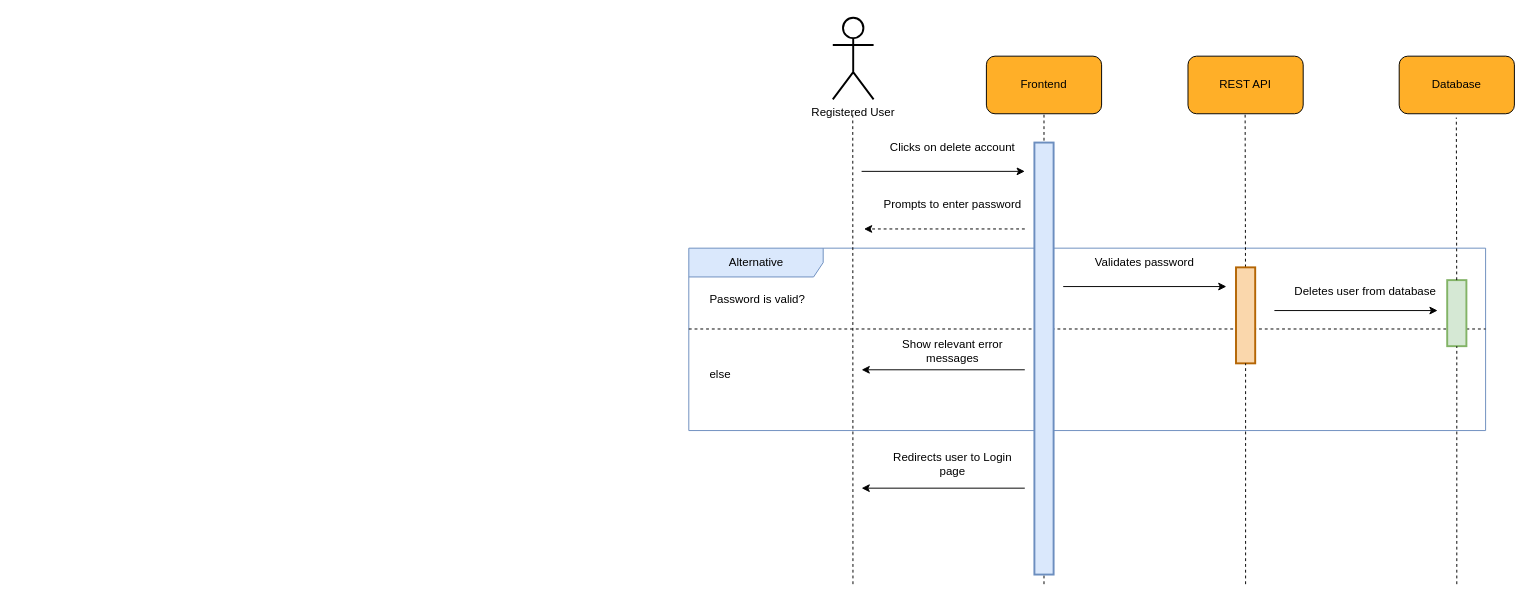
usman1100/fyp-documentation keeps this draw.io diagram as diagrams/collaboration/cd-07.drawio. Above is the earlier version. Source tidied: cells renumbered, new cells numbered last; positions are measured from the earlier drawing's top-left corner, leaving out a move shared by most shapes. Both pictures are drawn from the tidied source at 96%, with x=0, y=0 at pixel (688, 17).
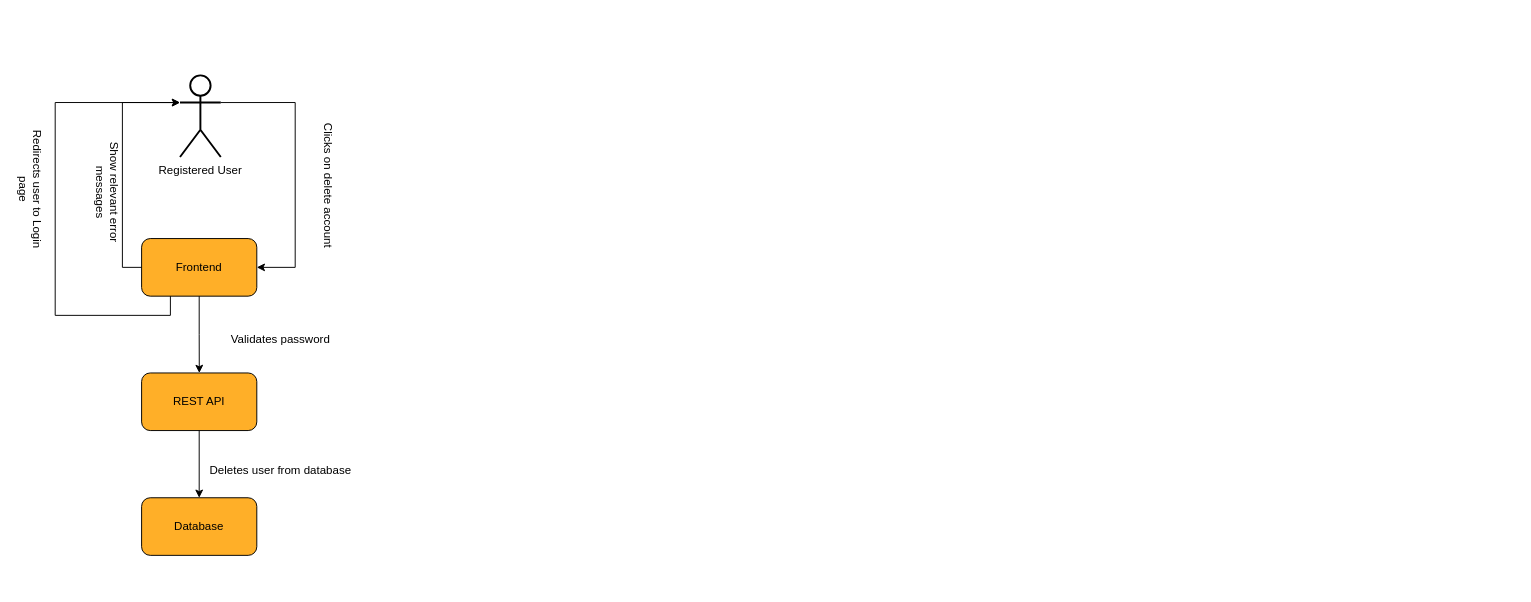
Above is the later version.

The change refers to these unchanged cells:
```xml
<mxCell id="11" style="rounded=1;whiteSpace=wrap;html=1;fillColor=#FFAF28;fontSize=12;" parent="10" vertex="1">
  <mxGeometry width="120" height="60" as="geometry" />
</mxCell>
<mxCell id="14" style="rounded=1;whiteSpace=wrap;html=1;fillColor=#FFAF28;fontSize=12;" parent="13" vertex="1">
  <mxGeometry width="120" height="60" as="geometry" />
</mxCell>
<mxCell id="28" style="rounded=1;whiteSpace=wrap;html=1;fillColor=#FFAF28;fontSize=12;" parent="27" vertex="1">
  <mxGeometry width="120" height="60" as="geometry" />
</mxCell>
```

Diff of the diagram source:
```diff
@@
-    <mxCell id="2" value="Alternative" style="shape=umlFrame;tabWidth=110;tabHeight=30;tabPosition=left;html=1;boundedLbl=1;labelInHeader=1;width=140;height=30;fillColor=#dae8fc;fontSize=12;strokeWidth=1;strokeColor=#6c8ebf;" parent="1" vertex="1">
-      <mxGeometry y="240" width="830" height="190" as="geometry" />
-    </mxCell>
-    <mxCell id="3" value="Password is valid?" style="text;fillColor=none;fontSize=12;" parent="2" vertex="1">
-      <mxGeometry width="100" height="20" relative="1" as="geometry">
-        <mxPoint x="20" y="40" as="offset" />
-      </mxGeometry>
-    </mxCell>
-    <mxCell id="4" value="else" style="line;strokeWidth=1;dashed=1;labelPosition=center;verticalLabelPosition=bottom;align=left;verticalAlign=top;spacingLeft=20;spacingTop=15;fillColor=none;fontSize=12;" parent="2" vertex="1">
-      <mxGeometry y="65.8" width="830" height="36.8" as="geometry" />
-    </mxCell>
-    <mxCell id="5" style="endArrow=classic;html=1;rounded=0;strokeWidth=1;jumpSize=6;fontSize=12;" parent="2" edge="1">
-      <mxGeometry relative="1" as="geometry">
-        <mxPoint x="610" y="65" as="sourcePoint" />
-        <mxPoint x="780" y="65" as="targetPoint" />
-      </mxGeometry>
-    </mxCell>
-    <mxCell id="6" value="&lt;span style=&quot;background-color: rgb(255 , 255 , 255) ; font-size: 12px&quot;&gt;Deletes user from database&lt;/span&gt;" style="text;html=1;strokeColor=none;fillColor=none;align=center;verticalAlign=middle;whiteSpace=wrap;rounded=0;fontSize=12;" parent="2" vertex="1">
-      <mxGeometry x="630" y="33.3" width="150" height="23.8" as="geometry" />
-    </mxCell>
-    <mxCell id="7" value="&lt;span style=&quot;background-color: rgb(255, 255, 255); font-size: 12px;&quot;&gt;Show relevant error messages&lt;/span&gt;" style="text;html=1;strokeColor=none;fillColor=none;align=center;verticalAlign=middle;whiteSpace=wrap;rounded=0;fontSize=12;" parent="2" vertex="1">
-      <mxGeometry x="200" y="95" width="150" height="23.8" as="geometry" />
-    </mxCell>
-    <mxCell id="8" style="endArrow=classic;html=1;rounded=0;strokeWidth=1;jumpSize=6;fontSize=12;" parent="2" edge="1">
-      <mxGeometry relative="1" as="geometry">
-        <mxPoint x="350" y="126.7" as="sourcePoint" />
-        <mxPoint x="180" y="126.7" as="targetPoint" />
-      </mxGeometry>
-    </mxCell>
-    <mxCell id="9" style="rounded=0;whiteSpace=wrap;html=1;fontSize=12;strokeWidth=2;fillColor=#d5e8d4;strokeColor=#82b366;" parent="2" vertex="1">
-      <mxGeometry x="790" y="33.3" width="20" height="68.8" as="geometry" />
-    </mxCell>
     <mxCell id="10" style="group;fontSize=12;" parent="1" vertex="1">
-      <mxGeometry x="310" y="40" width="120" height="60" as="geometry" />
+      <mxGeometry x="-570" y="230" width="120" height="60" as="geometry" />
     </mxCell>
@@
     <mxCell id="13" style="group;fontSize=12;" parent="1" vertex="1">
-      <mxGeometry x="520" y="40" width="120" height="60" as="geometry" />
+      <mxGeometry x="-570" y="370" width="120" height="60" as="geometry" />
     </mxCell>
@@
-    <mxCell id="16" style="endArrow=none;dashed=1;html=1;rounded=0;entryX=0.5;entryY=1;entryDx=0;entryDy=0;jumpSize=6;strokeWidth=1;fontSize=12;" parent="1" edge="1" target="11">
-      <mxGeometry relative="1" as="geometry">
-        <mxPoint x="370" y="590" as="sourcePoint" />
-      </mxGeometry>
-    </mxCell>
-    <mxCell id="17" style="endArrow=none;dashed=1;html=1;rounded=0;entryX=0.5;entryY=1;entryDx=0;entryDy=0;jumpSize=6;strokeWidth=1;startArrow=none;fontSize=12;" parent="1" edge="1" source="25">
-      <mxGeometry relative="1" as="geometry">
-        <mxPoint x="579.5" y="100" as="targetPoint" />
-      </mxGeometry>
-    </mxCell>
+    <mxCell id="36" style="edgeStyle=orthogonalEdgeStyle;rounded=0;jettySize=auto;html=1;exitX=1;exitY=0.3333333333333333;exitDx=0;exitDy=0;exitPerimeter=0;entryX=1;entryY=0.5;entryDx=0;entryDy=0;" parent="1" edge="1" source="18" target="11">
+      <mxGeometry relative="1" as="geometry">
+        <Array as="points">
+          <mxPoint x="-410" y="88" />
+          <mxPoint x="-410" y="260" />
+        </Array>
+      </mxGeometry>
+    </mxCell>
     <mxCell id="18" value="Registered User" style="shape=umlActor;verticalLabelPosition=bottom;verticalAlign=top;html=1;outlineConnect=0;rounded=1;strokeWidth=2;fontSize=12;" parent="1" vertex="1">
-      <mxGeometry x="150" width="42.5" height="85" as="geometry" />
+      <mxGeometry x="-530" y="60" width="42.5" height="85" as="geometry" />
     </mxCell>
-    <mxCell id="19" style="endArrow=none;dashed=1;html=1;rounded=0;entryX=0.5;entryY=1;entryDx=0;entryDy=0;jumpSize=6;strokeWidth=1;fontSize=12;" parent="1" edge="1">
-      <mxGeometry relative="1" as="geometry">
-        <mxPoint x="171" y="590" as="sourcePoint" />
-        <mxPoint x="170.8" y="100" as="targetPoint" />
-      </mxGeometry>
-    </mxCell>
-    <mxCell id="20" style="endArrow=classic;html=1;rounded=0;strokeWidth=1;jumpSize=6;fontSize=12;" parent="1" edge="1">
-      <mxGeometry relative="1" as="geometry">
-        <mxPoint x="180" y="160" as="sourcePoint" />
-        <mxPoint x="350" y="160" as="targetPoint" />
-      </mxGeometry>
-    </mxCell>
-    <mxCell id="21" value="&lt;span style=&quot;background-color: rgb(255 , 255 , 255) ; font-size: 12px&quot;&gt;Clicks on delete account&lt;/span&gt;" style="text;html=1;strokeColor=none;fillColor=none;align=center;verticalAlign=middle;whiteSpace=wrap;rounded=0;fontSize=12;" parent="1" vertex="1">
-      <mxGeometry x="200" y="120" width="150" height="30" as="geometry" />
+    <mxCell id="21" value="&lt;span style=&quot;background-color: rgb(255 , 255 , 255) ; font-size: 12px&quot;&gt;Clicks on delete account&lt;/span&gt;" style="text;html=1;strokeColor=none;fillColor=none;align=center;verticalAlign=middle;whiteSpace=wrap;rounded=0;fontSize=12;rotation=90;" parent="1" vertex="1">
+      <mxGeometry x="-450" y="160" width="150" height="30" as="geometry" />
     </mxCell>
-    <mxCell id="22" style="endArrow=classic;html=1;rounded=0;strokeWidth=1;jumpSize=6;dashed=1;fontSize=12;" parent="1" edge="1">
-      <mxGeometry relative="1" as="geometry">
-        <mxPoint x="350" y="220" as="sourcePoint" />
-        <mxPoint x="182.5" y="220" as="targetPoint" />
-      </mxGeometry>
-    </mxCell>
-    <mxCell id="23" value="&lt;span style=&quot;background-color: rgb(255 , 255 , 255) ; font-size: 12px&quot;&gt;Prompts to enter password&lt;/span&gt;" style="text;html=1;strokeColor=none;fillColor=none;align=center;verticalAlign=middle;whiteSpace=wrap;rounded=0;fontSize=12;" parent="1" vertex="1">
-      <mxGeometry x="200" y="180" width="150" height="30" as="geometry" />
-    </mxCell>
-    <mxCell id="24" style="rounded=0;whiteSpace=wrap;html=1;fontSize=12;strokeWidth=2;fillColor=#dae8fc;strokeColor=#6c8ebf;" parent="1" vertex="1">
-      <mxGeometry x="360" y="130" width="20" height="450" as="geometry" />
-    </mxCell>
-    <mxCell id="25" style="rounded=0;whiteSpace=wrap;html=1;fontSize=12;strokeWidth=2;fillColor=#fad7ac;strokeColor=#b46504;" parent="1" vertex="1">
-      <mxGeometry x="570" y="260" width="20" height="100" as="geometry" />
-    </mxCell>
-    <mxCell id="26" style="endArrow=none;dashed=1;html=1;rounded=0;entryX=0.5;entryY=1;entryDx=0;entryDy=0;jumpSize=6;strokeWidth=1;fontSize=12;" parent="1" edge="1" target="25">
-      <mxGeometry relative="1" as="geometry">
-        <mxPoint x="580" y="590" as="sourcePoint" />
-      </mxGeometry>
-    </mxCell>
     <mxCell id="27" style="group;fontSize=12;" parent="1" vertex="1">
-      <mxGeometry x="740" y="40" width="120" height="60" as="geometry" />
+      <mxGeometry x="-570" y="500" width="120" height="60" as="geometry" />
     </mxCell>
@@
-    <mxCell id="30" style="endArrow=none;dashed=1;html=1;rounded=0;entryX=0.5;entryY=1;entryDx=0;entryDy=0;jumpSize=6;strokeWidth=1;fontSize=12;startArrow=none;" parent="1" edge="1" source="9">
-      <mxGeometry relative="1" as="geometry">
-        <mxPoint x="799.5" y="104" as="targetPoint" />
-      </mxGeometry>
-    </mxCell>
-    <mxCell id="31" style="endArrow=classic;html=1;rounded=0;strokeWidth=1;jumpSize=6;fontSize=12;" parent="1" edge="1">
-      <mxGeometry relative="1" as="geometry">
-        <mxPoint x="390" y="280" as="sourcePoint" />
-        <mxPoint x="560" y="280" as="targetPoint" />
-      </mxGeometry>
-    </mxCell>
     <mxCell id="32" value="&lt;span style=&quot;background-color: rgb(255 , 255 , 255)&quot;&gt;Validates password&lt;/span&gt;" style="text;html=1;strokeColor=none;fillColor=none;align=center;verticalAlign=middle;whiteSpace=wrap;rounded=0;fontSize=12;" parent="1" vertex="1">
-      <mxGeometry x="400" y="240" width="150" height="30" as="geometry" />
+      <mxGeometry x="-500" y="320" width="150" height="30" as="geometry" />
     </mxCell>
-    <mxCell id="33" style="endArrow=classic;html=1;rounded=0;strokeWidth=1;jumpSize=6;fontSize=12;" parent="1" edge="1">
-      <mxGeometry relative="1" as="geometry">
-        <mxPoint x="350" y="490" as="sourcePoint" />
-        <mxPoint x="180" y="490" as="targetPoint" />
-      </mxGeometry>
-    </mxCell>
-    <mxCell id="34" value="&lt;span style=&quot;background-color: rgb(255 , 255 , 255) ; font-size: 12px&quot;&gt;Redirects user to Login page&lt;/span&gt;" style="text;html=1;strokeColor=none;fillColor=none;align=center;verticalAlign=middle;whiteSpace=wrap;rounded=0;fontSize=12;" parent="1" vertex="1">
-      <mxGeometry x="200" y="450" width="150" height="30" as="geometry" />
+    <mxCell id="34" value="&lt;span style=&quot;background-color: rgb(255 , 255 , 255) ; font-size: 12px&quot;&gt;Redirects user to Login page&lt;/span&gt;" style="text;html=1;strokeColor=none;fillColor=none;align=center;verticalAlign=middle;whiteSpace=wrap;rounded=0;fontSize=12;rotation=90;" parent="1" vertex="1">
+      <mxGeometry x="-760" y="163.8" width="150" height="30" as="geometry" />
     </mxCell>
-    <mxCell id="35" style="endArrow=none;dashed=1;html=1;rounded=0;entryX=0.5;entryY=1;entryDx=0;entryDy=0;jumpSize=6;strokeWidth=1;fontSize=12;" parent="1" edge="1" target="9">
-      <mxGeometry relative="1" as="geometry">
-        <mxPoint x="800" y="590" as="sourcePoint" />
-      </mxGeometry>
-    </mxCell>
+    <mxCell id="37" style="edgeStyle=orthogonalEdgeStyle;rounded=0;jettySize=auto;html=1;exitX=0.5;exitY=1;exitDx=0;exitDy=0;" parent="1" edge="1" source="11">
+      <mxGeometry relative="1" as="geometry">
+        <mxPoint x="-509.9" y="370" as="targetPoint" />
+      </mxGeometry>
+    </mxCell>
+    <mxCell id="38" style="edgeStyle=orthogonalEdgeStyle;rounded=0;jettySize=auto;html=1;exitX=0.5;exitY=1;exitDx=0;exitDy=0;entryX=0.5;entryY=0;entryDx=0;entryDy=0;" parent="1" edge="1" source="14" target="28">
+      <mxGeometry relative="1" as="geometry" />
+    </mxCell>
+    <mxCell id="39" style="edgeStyle=orthogonalEdgeStyle;rounded=0;jettySize=auto;html=1;exitX=0;exitY=0.5;exitDx=0;exitDy=0;entryX=0;entryY=0.3333333333333333;entryDx=0;entryDy=0;entryPerimeter=0;" parent="1" edge="1" source="11" target="18">
+      <mxGeometry relative="1" as="geometry" />
+    </mxCell>
+    <mxCell id="40" style="edgeStyle=orthogonalEdgeStyle;rounded=0;jettySize=auto;html=1;exitX=0.25;exitY=1;exitDx=0;exitDy=0;entryX=0;entryY=0.3333333333333333;entryDx=0;entryDy=0;entryPerimeter=0;" parent="1" edge="1" source="11" target="18">
+      <mxGeometry relative="1" as="geometry">
+        <Array as="points">
+          <mxPoint x="-540" y="310" />
+          <mxPoint x="-660" y="310" />
+          <mxPoint x="-660" y="88" />
+        </Array>
+      </mxGeometry>
+    </mxCell>
+    <mxCell id="7" value="&lt;span style=&quot;background-color: rgb(255, 255, 255); font-size: 12px;&quot;&gt;Show relevant error messages&lt;/span&gt;" style="text;html=1;strokeColor=none;fillColor=none;align=center;verticalAlign=middle;whiteSpace=wrap;rounded=0;fontSize=12;rotation=90;" parent="1" vertex="1">
+      <mxGeometry x="-680" y="170" width="150" height="23.8" as="geometry" />
+    </mxCell>
+    <mxCell id="6" value="&lt;span style=&quot;background-color: rgb(255 , 255 , 255) ; font-size: 12px&quot;&gt;Deletes user from database&lt;/span&gt;" style="text;html=1;strokeColor=none;fillColor=none;align=center;verticalAlign=middle;whiteSpace=wrap;rounded=0;fontSize=12;" parent="1" vertex="1">
+      <mxGeometry x="-500" y="460" width="150" height="23.8" as="geometry" />
+    </mxCell>
```
